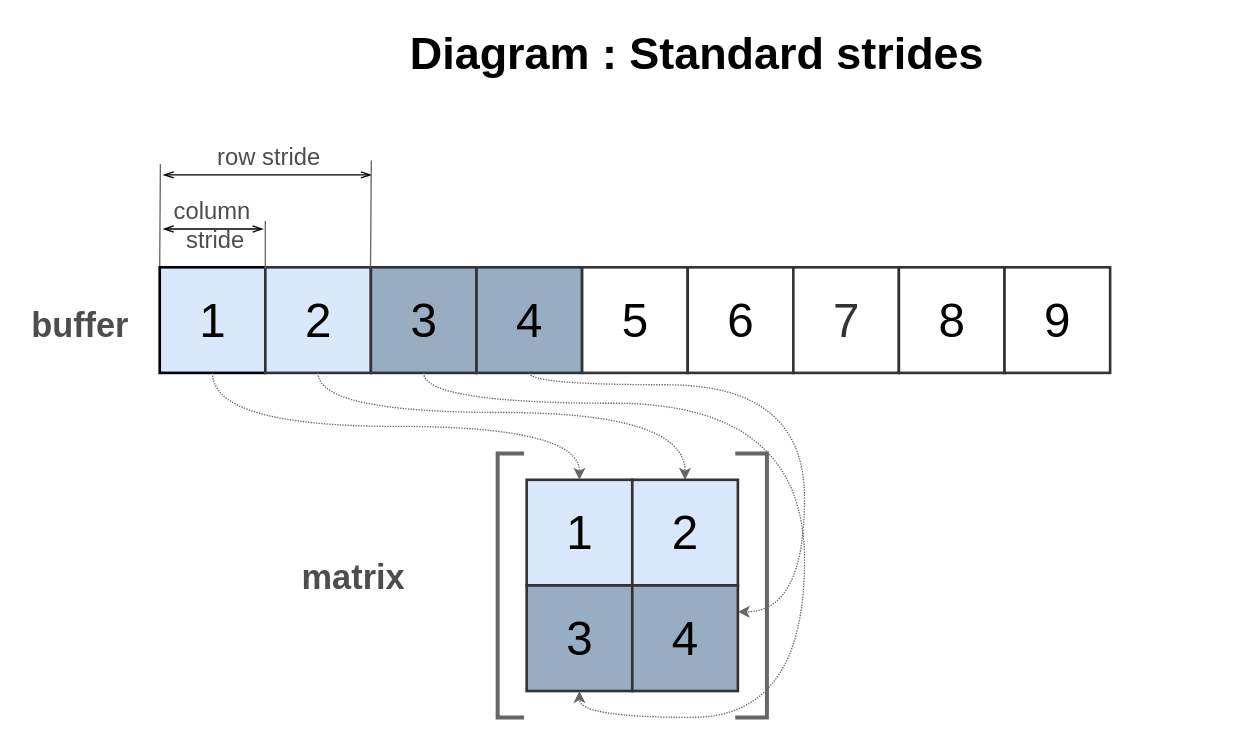
This is page "StandardStrides" (2 of 4) of doc/img/Matrix.drawio from Wandalen/wMathMatrix, a draw.io file, before an edit. Source tidied: cells renumbered, new cells numbered last; positions are measured from the earlier drawing's top-left corner, leaving out a move shared by most shapes. Both pictures are drawn from the tidied source at 132%, with x=0, y=0 at pixel (22, 22).
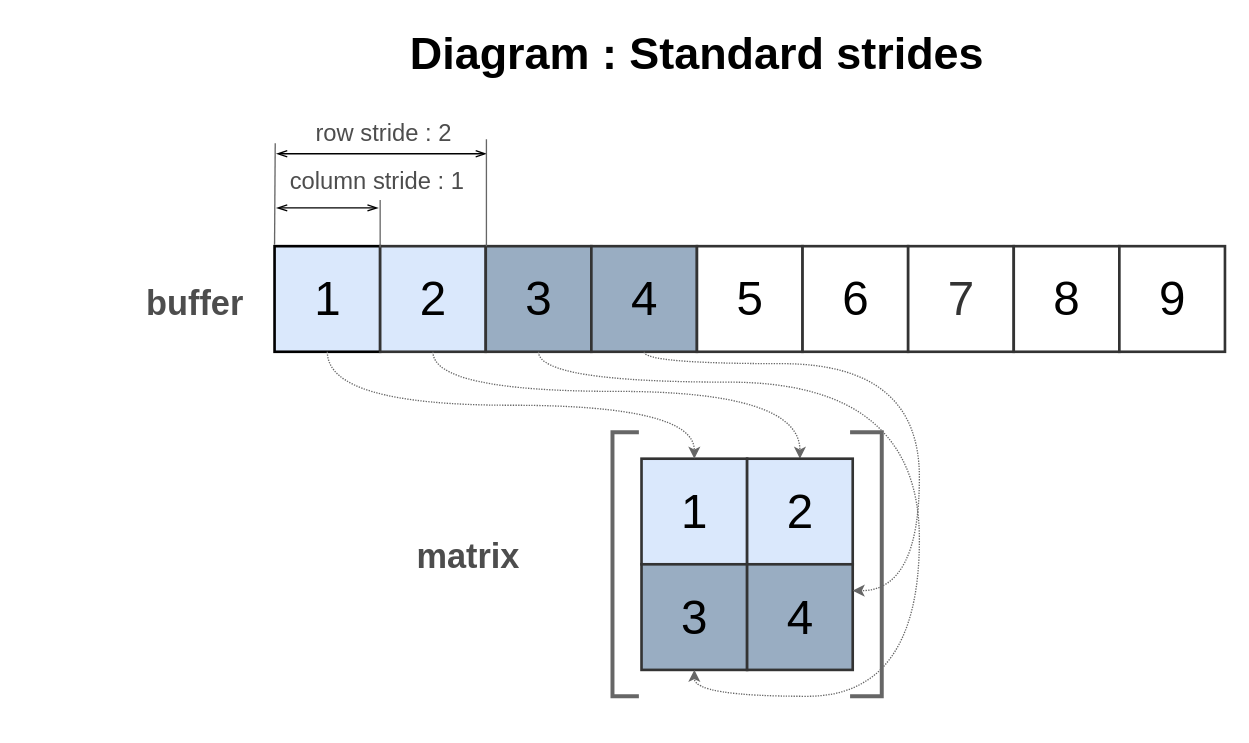
The same page after the edit.

Diff of the diagram source:
```diff
@@
+    <mxCell id="15" value="Diagram : Standard strides&amp;nbsp;" style="text;html=1;align=center;verticalAlign=middle;fontSize=34;fontColor=#000000;fontStyle=1;" parent="1" vertex="1">
+      <mxGeometry x="288" width="453" height="46" as="geometry" />
+    </mxCell>
+    <mxCell id="31" style="group;" parent="1" vertex="1">
+      <mxGeometry x="87" y="70" width="823.5" height="440" as="geometry" />
+    </mxCell>
-    <mxCell id="2" value="1" style="whiteSpace=wrap;html=1;strokeWidth=2;fontSize=36;strokeColor=#000000;fillColor=#DAE8FC;" parent="1" vertex="1">
-      <mxGeometry x="103.5" y="185" width="80" height="80" as="geometry" />
+    <mxCell id="2" value="1" style="whiteSpace=wrap;html=1;strokeWidth=2;fontSize=36;strokeColor=#000000;fillColor=#DAE8FC;" parent="31" vertex="1">
+      <mxGeometry x="103.5" y="99" width="80" height="80" as="geometry" />
     </mxCell>
-    <mxCell id="3" value="2" style="whiteSpace=wrap;html=1;strokeWidth=2;fontSize=36;fillColor=#DAE8FC;strokeColor=#333333;" parent="1" vertex="1">
-      <mxGeometry x="183.5" y="185" width="80" height="80" as="geometry" />
+    <mxCell id="3" value="2" style="whiteSpace=wrap;html=1;strokeWidth=2;fontSize=36;fillColor=#DAE8FC;strokeColor=#333333;" parent="31" vertex="1">
+      <mxGeometry x="183.5" y="99" width="80" height="80" as="geometry" />
     </mxCell>
-    <mxCell id="4" style="edgeStyle=orthogonalEdgeStyle;rounded=0;jettySize=auto;html=1;exitX=0.5;exitY=1;exitDx=0;exitDy=0;entryX=0.5;entryY=0;entryDx=0;entryDy=0;strokeColor=#666666;curved=1;dashed=1;dashPattern=1 1;" parent="1" edge="1" source="3" target="18">
+    <mxCell id="4" style="edgeStyle=orthogonalEdgeStyle;rounded=0;jettySize=auto;html=1;exitX=0.5;exitY=1;exitDx=0;exitDy=0;entryX=0.5;entryY=0;entryDx=0;entryDy=0;strokeColor=#666666;curved=1;dashed=1;dashPattern=1 1;" parent="31" edge="1" source="3" target="18">
       <mxGeometry relative="1" as="geometry">
         <Array as="points">
-          <mxPoint x="224" y="295" />
-          <mxPoint x="502" y="295" />
+          <mxPoint x="224" y="209" />
+          <mxPoint x="502" y="209" />
         </Array>
       </mxGeometry>
     </mxCell>
-    <mxCell id="5" value="3" style="whiteSpace=wrap;html=1;strokeWidth=2;fontSize=36;strokeColor=#333333;fillColor=#99ADC2;" parent="1" vertex="1">
-      <mxGeometry x="263.5" y="185" width="80" height="80" as="geometry" />
+    <mxCell id="5" value="3" style="whiteSpace=wrap;html=1;strokeWidth=2;fontSize=36;strokeColor=#333333;fillColor=#99ADC2;" parent="31" vertex="1">
+      <mxGeometry x="263.5" y="99" width="80" height="80" as="geometry" />
     </mxCell>
-    <mxCell id="6" value="4" style="whiteSpace=wrap;html=1;strokeWidth=2;fontSize=36;fillColor=#99ADC2;strokeColor=#333333;" parent="1" vertex="1">
-      <mxGeometry x="343.5" y="185" width="80" height="80" as="geometry" />
+    <mxCell id="6" value="4" style="whiteSpace=wrap;html=1;strokeWidth=2;fontSize=36;fillColor=#99ADC2;strokeColor=#333333;" parent="31" vertex="1">
+      <mxGeometry x="343.5" y="99" width="80" height="80" as="geometry" />
     </mxCell>
-    <mxCell id="7" value="5" style="whiteSpace=wrap;html=1;strokeWidth=2;fontSize=36;strokeColor=#333333;fillColor=#FFFFFF;gradientColor=none;" parent="1" vertex="1">
-      <mxGeometry x="423.5" y="185" width="80" height="80" as="geometry" />
+    <mxCell id="7" value="5" style="whiteSpace=wrap;html=1;strokeWidth=2;fontSize=36;strokeColor=#333333;fillColor=#FFFFFF;gradientColor=none;" parent="31" vertex="1">
+      <mxGeometry x="423.5" y="99" width="80" height="80" as="geometry" />
     </mxCell>
-    <mxCell id="8" value="6" style="whiteSpace=wrap;html=1;strokeWidth=2;fontSize=36;fillColor=#FFFFFF;strokeColor=#333333;" parent="1" vertex="1">
-      <mxGeometry x="503.5" y="185" width="80" height="80" as="geometry" />
+    <mxCell id="8" value="6" style="whiteSpace=wrap;html=1;strokeWidth=2;fontSize=36;fillColor=#FFFFFF;strokeColor=#333333;" parent="31" vertex="1">
+      <mxGeometry x="503.5" y="99" width="80" height="80" as="geometry" />
     </mxCell>
-    <mxCell id="9" value="7" style="whiteSpace=wrap;html=1;strokeWidth=2;fontSize=36;strokeColor=#333333;fillColor=#FFFFFF;fontColor=#333333;" parent="1" vertex="1">
-      <mxGeometry x="583.5" y="185" width="80" height="80" as="geometry" />
+    <mxCell id="9" value="7" style="whiteSpace=wrap;html=1;strokeWidth=2;fontSize=36;strokeColor=#333333;fillColor=#FFFFFF;fontColor=#333333;" parent="31" vertex="1">
+      <mxGeometry x="583.5" y="99" width="80" height="80" as="geometry" />
     </mxCell>
-    <mxCell id="10" value="buffer" style="text;html=1;align=center;verticalAlign=middle;fontSize=26;fontColor=#4D4D4D;fontStyle=1;" parent="1" vertex="1">
-      <mxGeometry y="211" width="85" height="36" as="geometry" />
+    <mxCell id="10" value="buffer" style="text;html=1;align=center;verticalAlign=middle;fontSize=26;fontColor=#4D4D4D;fontStyle=1;" parent="31" vertex="1">
+      <mxGeometry y="125" width="85" height="36" as="geometry" />
     </mxCell>
-    <mxCell id="11" value="column&lt;br&gt;&amp;nbsp;stride" style="text;html=1;align=center;verticalAlign=middle;fontSize=18;fontColor=#4D4D4D;" parent="1" vertex="1">
-      <mxGeometry x="108" y="129" width="69" height="49" as="geometry" />
+    <mxCell id="11" value="column&amp;nbsp;stride : 1" style="text;html=1;align=center;verticalAlign=middle;fontSize=18;fontColor=#4D4D4D;" parent="31" vertex="1">
+      <mxGeometry x="109" y="36" width="143" height="27" as="geometry" />
     </mxCell>
-    <mxCell id="12" value="8" style="whiteSpace=wrap;html=1;strokeWidth=2;fontSize=36;strokeColor=#333333;" parent="1" vertex="1">
-      <mxGeometry x="663.5" y="185" width="80" height="80" as="geometry" />
+    <mxCell id="12" value="8" style="whiteSpace=wrap;html=1;strokeWidth=2;fontSize=36;strokeColor=#333333;" parent="31" vertex="1">
+      <mxGeometry x="663.5" y="99" width="80" height="80" as="geometry" />
     </mxCell>
-    <mxCell id="13" value="9" style="whiteSpace=wrap;html=1;strokeWidth=2;fontSize=36;strokeColor=#333333;" parent="1" vertex="1">
-      <mxGeometry x="743.5" y="185" width="80" height="80" as="geometry" />
+    <mxCell id="13" value="9" style="whiteSpace=wrap;html=1;strokeWidth=2;fontSize=36;strokeColor=#333333;" parent="31" vertex="1">
+      <mxGeometry x="743.5" y="99" width="80" height="80" as="geometry" />
     </mxCell>
-    <mxCell id="14" value="row stride" style="text;html=1;align=center;verticalAlign=middle;fontSize=18;fontColor=#4D4D4D;" parent="1" vertex="1">
-      <mxGeometry x="141" y="88" width="89" height="27" as="geometry" />
+    <mxCell id="14" value="row stride : 2" style="text;html=1;align=center;verticalAlign=middle;fontSize=18;fontColor=#4D4D4D;" parent="31" vertex="1">
+      <mxGeometry x="129" width="114" height="27" as="geometry" />
     </mxCell>
-    <mxCell id="15" value="Diagram : Standard strides&amp;nbsp;" style="text;html=1;align=center;verticalAlign=middle;fontSize=34;fontColor=#000000;fontStyle=1;" parent="1" vertex="1">
-      <mxGeometry x="288" width="453" height="46" as="geometry" />
-    </mxCell>
-    <mxCell id="16" value="matrix" style="text;html=1;align=center;verticalAlign=middle;fontSize=26;fontColor=#4D4D4D;fontStyle=1;" parent="1" vertex="1">
-      <mxGeometry x="206" y="402" width="88" height="36" as="geometry" />
+    <mxCell id="16" value="matrix" style="text;html=1;align=center;verticalAlign=middle;fontSize=26;fontColor=#4D4D4D;fontStyle=1;" parent="31" vertex="1">
+      <mxGeometry x="206" y="316" width="88" height="36" as="geometry" />
     </mxCell>
-    <mxCell id="17" value="1" style="whiteSpace=wrap;html=1;strokeWidth=2;fontSize=36;strokeColor=#333333;fillColor=#DAE8FC;" parent="1" vertex="1">
-      <mxGeometry x="381.5" y="346" width="80" height="80" as="geometry" />
+    <mxCell id="17" value="1" style="whiteSpace=wrap;html=1;strokeWidth=2;fontSize=36;strokeColor=#333333;fillColor=#DAE8FC;" parent="31" vertex="1">
+      <mxGeometry x="381.5" y="260" width="80" height="80" as="geometry" />
     </mxCell>
-    <mxCell id="18" value="2" style="whiteSpace=wrap;html=1;strokeWidth=2;fontSize=36;strokeColor=#333333;fillColor=#DAE8FC;" parent="1" vertex="1">
-      <mxGeometry x="461.5" y="346" width="80" height="80" as="geometry" />
+    <mxCell id="18" value="2" style="whiteSpace=wrap;html=1;strokeWidth=2;fontSize=36;strokeColor=#333333;fillColor=#DAE8FC;" parent="31" vertex="1">
+      <mxGeometry x="461.5" y="260" width="80" height="80" as="geometry" />
     </mxCell>
-    <mxCell id="19" value="3" style="whiteSpace=wrap;html=1;strokeWidth=2;fontSize=36;strokeColor=#333333;fillColor=#99ADC2;gradientColor=none;fontColor=#000000;" parent="1" vertex="1">
-      <mxGeometry x="381.5" y="426" width="80" height="80" as="geometry" />
+    <mxCell id="19" value="3" style="whiteSpace=wrap;html=1;strokeWidth=2;fontSize=36;strokeColor=#333333;fillColor=#99ADC2;gradientColor=none;fontColor=#000000;" parent="31" vertex="1">
+      <mxGeometry x="381.5" y="340" width="80" height="80" as="geometry" />
     </mxCell>
-    <mxCell id="20" value="4" style="whiteSpace=wrap;html=1;strokeWidth=2;fontSize=36;strokeColor=#333333;fillColor=#99ADC2;fontColor=#000000;" parent="1" vertex="1">
-      <mxGeometry x="461.5" y="426" width="80" height="80" as="geometry" />
+    <mxCell id="20" value="4" style="whiteSpace=wrap;html=1;strokeWidth=2;fontSize=36;strokeColor=#333333;fillColor=#99ADC2;fontColor=#000000;" parent="31" vertex="1">
+      <mxGeometry x="461.5" y="340" width="80" height="80" as="geometry" />
     </mxCell>
-    <mxCell id="21" style="endArrow=none;html=1;fontSize=40;strokeWidth=3;rounded=0;strokeColor=#666666;" parent="1" edge="1">
+    <mxCell id="21" style="endArrow=none;html=1;fontSize=40;strokeWidth=3;rounded=0;strokeColor=#666666;" parent="31" edge="1">
       <mxGeometry relative="1" as="geometry">
-        <mxPoint x="379.5" y="526" as="sourcePoint" />
-        <mxPoint x="379.5" y="326" as="targetPoint" />
+        <mxPoint x="379.5" y="440" as="sourcePoint" />
+        <mxPoint x="379.5" y="240" as="targetPoint" />
         <Array as="points">
-          <mxPoint x="359.5" y="526" />
-          <mxPoint x="359.5" y="326" />
+          <mxPoint x="359.5" y="440" />
+          <mxPoint x="359.5" y="240" />
         </Array>
       </mxGeometry>
     </mxCell>
-    <mxCell id="22" style="endArrow=none;html=1;fontSize=40;strokeWidth=3;rounded=0;strokeColor=#666666;" parent="1" edge="1">
+    <mxCell id="22" style="endArrow=none;html=1;fontSize=40;strokeWidth=3;rounded=0;strokeColor=#666666;" parent="31" edge="1">
       <mxGeometry relative="1" as="geometry">
-        <mxPoint x="539.5" y="326" as="sourcePoint" />
-        <mxPoint x="539.5" y="526" as="targetPoint" />
+        <mxPoint x="539.5" y="240" as="sourcePoint" />
+        <mxPoint x="539.5" y="440" as="targetPoint" />
         <Array as="points">
-          <mxPoint x="563.5" y="326" />
-          <mxPoint x="563.5" y="526" />
+          <mxPoint x="563.5" y="240" />
+          <mxPoint x="563.5" y="440" />
         </Array>
       </mxGeometry>
     </mxCell>
-    <mxCell id="23" style="endArrow=none;html=1;strokeColor=#666666;strokeWidth=1;fontSize=26;fontColor=#333333;exitX=0;exitY=0;exitDx=0;exitDy=0;" parent="1" edge="1">
+    <mxCell id="23" style="endArrow=none;html=1;strokeColor=#666666;strokeWidth=1;fontSize=26;fontColor=#333333;exitX=0;exitY=0;exitDx=0;exitDy=0;" parent="31" edge="1">
       <mxGeometry relative="1" as="geometry">
-        <mxPoint x="103.5" y="184" as="sourcePoint" />
-        <mxPoint x="104" y="107" as="targetPoint" />
+        <mxPoint x="103.5" y="98" as="sourcePoint" />
+        <mxPoint x="104" y="21" as="targetPoint" />
       </mxGeometry>
     </mxCell>
-    <mxCell id="24" style="endArrow=openThin;startArrow=openThin;html=1;strokeColor=#000000;strokeWidth=1;fontSize=26;fontColor=#333333;startFill=0;endFill=0;" parent="1" edge="1">
+    <mxCell id="24" style="endArrow=openThin;startArrow=openThin;html=1;strokeColor=#000000;strokeWidth=1;fontSize=26;fontColor=#333333;startFill=0;endFill=0;" parent="31" edge="1">
       <mxGeometry relative="1" as="geometry">
-        <mxPoint x="106" y="156" as="sourcePoint" />
-        <mxPoint x="182" y="156" as="targetPoint" />
+        <mxPoint x="105" y="70" as="sourcePoint" />
+        <mxPoint x="182" y="70" as="targetPoint" />
       </mxGeometry>
     </mxCell>
-    <mxCell id="25" style="endArrow=openThin;startArrow=openThin;html=1;strokeColor=#000000;strokeWidth=1;fontSize=26;fontColor=#333333;startFill=0;endFill=0;" parent="1" edge="1">
+    <mxCell id="25" style="endArrow=openThin;startArrow=openThin;html=1;strokeColor=#000000;strokeWidth=1;fontSize=26;fontColor=#333333;startFill=0;endFill=0;" parent="31" edge="1">
       <mxGeometry relative="1" as="geometry">
-        <mxPoint x="106" y="115" as="sourcePoint" />
-        <mxPoint x="264" y="115" as="targetPoint" />
+        <mxPoint x="105" y="29" as="sourcePoint" />
+        <mxPoint x="264" y="29" as="targetPoint" />
       </mxGeometry>
     </mxCell>
-    <mxCell id="26" style="edgeStyle=orthogonalEdgeStyle;rounded=0;jettySize=auto;html=1;exitX=0.5;exitY=1;exitDx=0;exitDy=0;entryX=0.5;entryY=0;entryDx=0;entryDy=0;strokeColor=#666666;curved=1;dashed=1;dashPattern=1 1;" parent="1" edge="1" source="2" target="17">
+    <mxCell id="26" style="edgeStyle=orthogonalEdgeStyle;rounded=0;jettySize=auto;html=1;exitX=0.5;exitY=1;exitDx=0;exitDy=0;entryX=0.5;entryY=0;entryDx=0;entryDy=0;strokeColor=#666666;curved=1;dashed=1;dashPattern=1 1;" parent="31" edge="1" source="2" target="17">
       <mxGeometry relative="1" as="geometry" />
     </mxCell>
-    <mxCell id="27" style="edgeStyle=orthogonalEdgeStyle;rounded=0;jettySize=auto;html=1;exitX=0.5;exitY=1;exitDx=0;exitDy=0;strokeColor=#666666;curved=1;dashed=1;dashPattern=1 1;entryX=1;entryY=0.25;entryDx=0;entryDy=0;" parent="1" edge="1" source="6" target="20">
+    <mxCell id="27" style="edgeStyle=orthogonalEdgeStyle;rounded=0;jettySize=auto;html=1;exitX=0.5;exitY=1;exitDx=0;exitDy=0;strokeColor=#666666;curved=1;dashed=1;dashPattern=1 1;entryX=1;entryY=0.25;entryDx=0;entryDy=0;" parent="31" edge="1" source="6" target="20">
       <mxGeometry relative="1" as="geometry">
         <Array as="points">
-          <mxPoint x="384" y="274" />
-          <mxPoint x="592" y="274" />
-          <mxPoint x="592" y="446" />
+          <mxPoint x="384" y="188" />
+          <mxPoint x="592" y="188" />
+          <mxPoint x="592" y="360" />
         </Array>
       </mxGeometry>
     </mxCell>
-    <mxCell id="28" style="edgeStyle=orthogonalEdgeStyle;rounded=0;jettySize=auto;html=1;entryX=0.5;entryY=1;entryDx=0;entryDy=0;strokeColor=#666666;curved=1;dashed=1;dashPattern=1 1;exitX=0.5;exitY=1;exitDx=0;exitDy=0;" parent="1" edge="1" source="5" target="19">
+    <mxCell id="28" style="edgeStyle=orthogonalEdgeStyle;rounded=0;jettySize=auto;html=1;entryX=0.5;entryY=1;entryDx=0;entryDy=0;strokeColor=#666666;curved=1;dashed=1;dashPattern=1 1;exitX=0.5;exitY=1;exitDx=0;exitDy=0;" parent="31" edge="1" source="5" target="19">
       <mxGeometry relative="1" as="geometry">
         <Array as="points">
-          <mxPoint x="304" y="288" />
-          <mxPoint x="592" y="288" />
-          <mxPoint x="592" y="526" />
-          <mxPoint x="422" y="526" />
+          <mxPoint x="304" y="202" />
+          <mxPoint x="592" y="202" />
+          <mxPoint x="592" y="440" />
+          <mxPoint x="422" y="440" />
         </Array>
       </mxGeometry>
     </mxCell>
-    <mxCell id="29" style="endArrow=none;html=1;strokeColor=#666666;strokeWidth=1;fontSize=26;fontColor=#333333;exitX=0;exitY=0;exitDx=0;exitDy=0;" parent="1" edge="1">
+    <mxCell id="29" style="endArrow=none;html=1;strokeColor=#666666;strokeWidth=1;fontSize=26;fontColor=#333333;exitX=0;exitY=0;exitDx=0;exitDy=0;" parent="31" edge="1">
       <mxGeometry relative="1" as="geometry">
-        <mxPoint x="183.5" y="186" as="sourcePoint" />
-        <mxPoint x="183.5" y="150" as="targetPoint" />
+        <mxPoint x="183.5" y="100" as="sourcePoint" />
+        <mxPoint x="183.5" y="64" as="targetPoint" />
       </mxGeometry>
     </mxCell>
-    <mxCell id="30" style="endArrow=none;html=1;strokeColor=#666666;strokeWidth=1;fontSize=26;fontColor=#333333;exitX=0;exitY=0;exitDx=0;exitDy=0;" parent="1" edge="1">
+    <mxCell id="30" style="endArrow=none;html=1;strokeColor=#666666;strokeWidth=1;fontSize=26;fontColor=#333333;exitX=0;exitY=0;exitDx=0;exitDy=0;" parent="31" edge="1">
       <mxGeometry relative="1" as="geometry">
-        <mxPoint x="263.2" y="185" as="sourcePoint" />
-        <mxPoint x="263.8" y="104" as="targetPoint" />
+        <mxPoint x="264" y="99" as="sourcePoint" />
+        <mxPoint x="264" y="18" as="targetPoint" />
       </mxGeometry>
     </mxCell>
```
